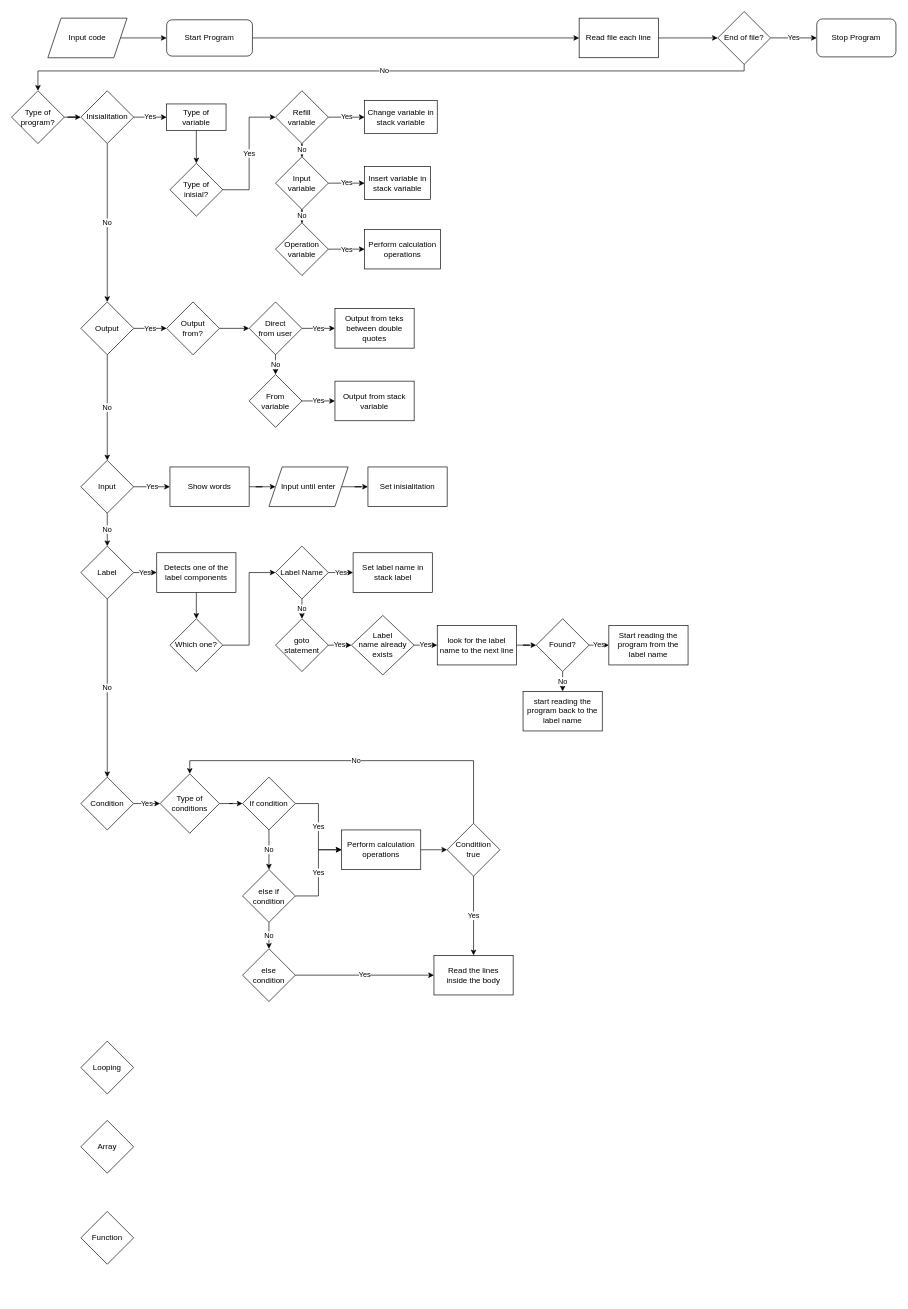
reeuze/Make-a-New-Language-Using-Python keeps this draw.io diagram as Flowchart.drawio. Above is the earlier version. Source tidied: cells renumbered, new cells numbered last; positions are measured from the earlier drawing's top-left corner, leaving out a move shared by most shapes. Both pictures are drawn from the tidied source at 66%, with x=0, y=0 at pixel (11, 11).
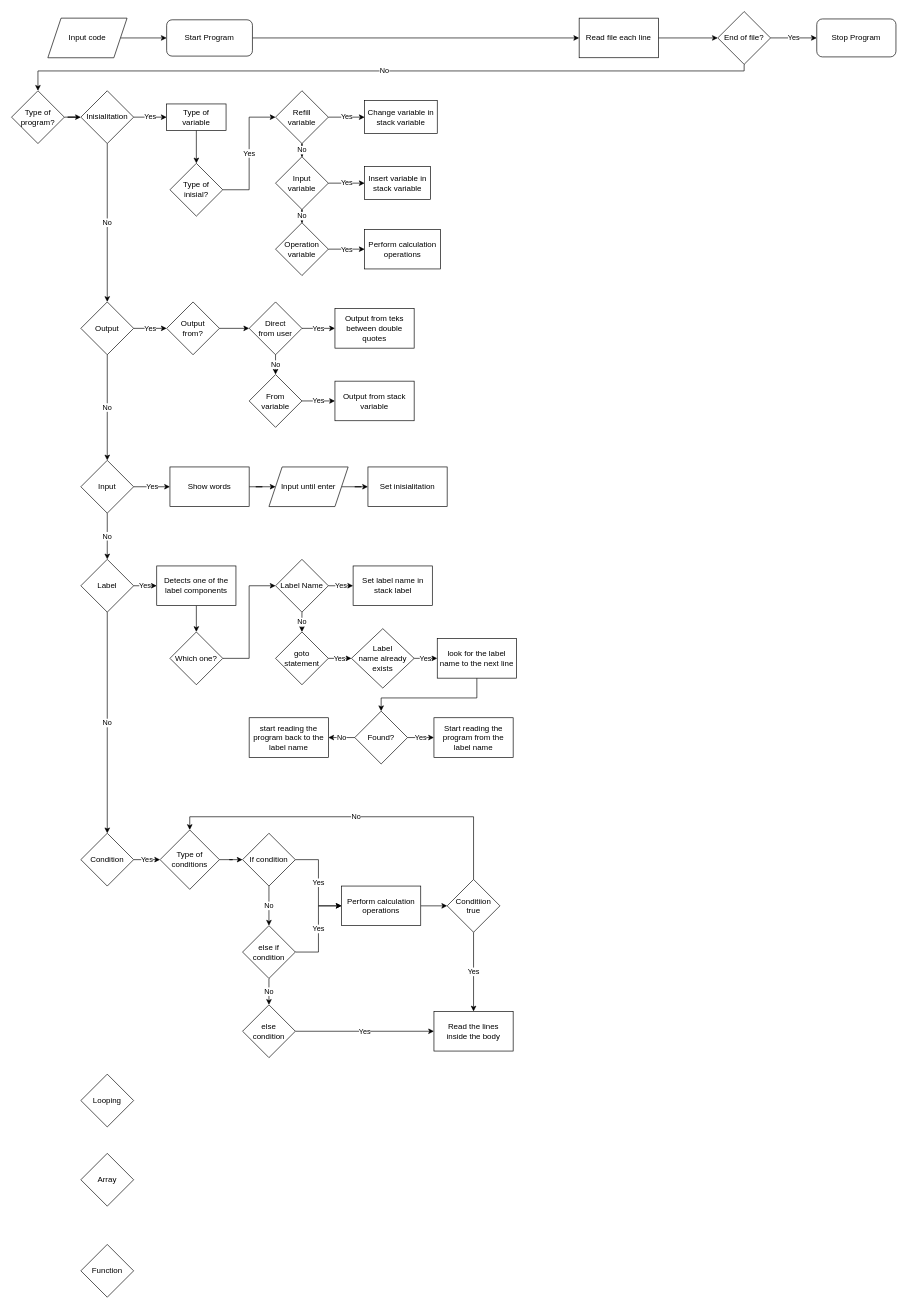
The same page after the edit.

What changed in the source:
```diff
@@
     <mxCell id="23" value="Label" style="rhombus;whiteSpace=wrap;html=1;" parent="1" vertex="1">
-      <mxGeometry x="105" y="810" width="80" height="80" as="geometry" />
+      <mxGeometry x="105" y="830" width="80" height="80" as="geometry" />
     </mxCell>
@@
     <mxCell id="25" value="Condition" style="rhombus;whiteSpace=wrap;html=1;" parent="1" vertex="1">
-      <mxGeometry x="105" y="1160" width="80" height="80" as="geometry" />
+      <mxGeometry x="105" y="1245" width="80" height="80" as="geometry" />
     </mxCell>
     <mxCell id="26" value="Looping" style="rhombus;whiteSpace=wrap;html=1;" parent="1" vertex="1">
-      <mxGeometry x="105" y="1560" width="80" height="80" as="geometry" />
+      <mxGeometry x="105" y="1610" width="80" height="80" as="geometry" />
     </mxCell>
     <mxCell id="27" value="Array" style="rhombus;whiteSpace=wrap;html=1;" parent="1" vertex="1">
-      <mxGeometry x="105" y="1680" width="80" height="80" as="geometry" />
+      <mxGeometry x="105" y="1730" width="80" height="80" as="geometry" />
     </mxCell>
     <mxCell id="28" value="Function" style="rhombus;whiteSpace=wrap;html=1;" parent="1" vertex="1">
-      <mxGeometry x="105" y="1818" width="80" height="80" as="geometry" />
+      <mxGeometry x="105" y="1868" width="80" height="80" as="geometry" />
     </mxCell>
@@
     <mxCell id="57" value="Which one?" style="rhombus;whiteSpace=wrap;html=1;" parent="1" vertex="1">
-      <mxGeometry x="240" y="920" width="80" height="80" as="geometry" />
+      <mxGeometry x="240" y="940" width="80" height="80" as="geometry" />
     </mxCell>
@@
     <mxCell id="59" value="Detects one of the label components" style="rounded=0;whiteSpace=wrap;html=1;" parent="1" vertex="1">
-      <mxGeometry x="220" y="820" width="120" height="60" as="geometry" />
+      <mxGeometry x="220" y="840" width="120" height="60" as="geometry" />
     </mxCell>
@@
     <mxCell id="62" value="Label Name" style="rhombus;whiteSpace=wrap;html=1;" parent="1" vertex="1">
-      <mxGeometry x="400" y="810" width="80" height="80" as="geometry" />
+      <mxGeometry x="400" y="830" width="80" height="80" as="geometry" />
     </mxCell>
@@
     <mxCell id="64" value="goto statement" style="rhombus;whiteSpace=wrap;html=1;" parent="1" vertex="1">
-      <mxGeometry x="400" y="920" width="80" height="80" as="geometry" />
+      <mxGeometry x="400" y="940" width="80" height="80" as="geometry" />
     </mxCell>
     <mxCell id="65" value="Set label name in stack label" style="rounded=0;whiteSpace=wrap;html=1;" parent="1" vertex="1">
-      <mxGeometry x="517.5" y="820" width="120" height="60" as="geometry" />
+      <mxGeometry x="517.5" y="840" width="120" height="60" as="geometry" />
     </mxCell>
@@
     <mxCell id="67" value="Label&lt;br&gt;name already&lt;br&gt;exists" style="rhombus;whiteSpace=wrap;html=1;" parent="1" vertex="1">
-      <mxGeometry x="515" y="915" width="95" height="90" as="geometry" />
+      <mxGeometry x="515" y="935" width="95" height="90" as="geometry" />
     </mxCell>
     <mxCell id="68" value="start reading the program back to the label name" style="rounded=0;whiteSpace=wrap;html=1;" parent="1" vertex="1">
-      <mxGeometry x="775" y="1030" width="120" height="60" as="geometry" />
+      <mxGeometry x="360" y="1070" width="120" height="60" as="geometry" />
     </mxCell>
-    <mxCell id="69" style="edgeStyle=orthogonalEdgeStyle;rounded=0;jettySize=auto;html=1;" parent="1" edge="1" source="70" target="73">
-      <mxGeometry relative="1" as="geometry" />
+    <mxCell id="69" style="edgeStyle=orthogonalEdgeStyle;rounded=0;jettySize=auto;html=1;entryX=0.5;entryY=0;entryDx=0;entryDy=0;" parent="1" edge="1" source="70" target="73">
+      <mxGeometry relative="1" as="geometry">
+        <Array as="points">
+          <mxPoint x="705" y="1040" />
+          <mxPoint x="560" y="1040" />
+        </Array>
+      </mxGeometry>
     </mxCell>
     <mxCell id="70" value="look for the label name to the next line" style="rounded=0;whiteSpace=wrap;html=1;" parent="1" vertex="1">
-      <mxGeometry x="645" y="930" width="120" height="60" as="geometry" />
+      <mxGeometry x="645" y="950" width="120" height="60" as="geometry" />
     </mxCell>
@@
     <mxCell id="73" value="Found?" style="rhombus;whiteSpace=wrap;html=1;" parent="1" vertex="1">
-      <mxGeometry x="795" y="920" width="80" height="80" as="geometry" />
+      <mxGeometry x="520" y="1060" width="80" height="80" as="geometry" />
     </mxCell>
     <mxCell id="74" value="Start reading the program from the label name" style="rounded=0;whiteSpace=wrap;html=1;" parent="1" vertex="1">
-      <mxGeometry x="905" y="930" width="120" height="60" as="geometry" />
+      <mxGeometry x="640" y="1070" width="120" height="60" as="geometry" />
     </mxCell>
@@
     <mxCell id="77" value="If condition" style="rhombus;whiteSpace=wrap;html=1;" parent="1" vertex="1">
-      <mxGeometry x="350" y="1160" width="80" height="80" as="geometry" />
+      <mxGeometry x="350" y="1245" width="80" height="80" as="geometry" />
     </mxCell>
@@
     <mxCell id="80" value="else if&lt;br&gt;condition" style="rhombus;whiteSpace=wrap;html=1;" parent="1" vertex="1">
-      <mxGeometry x="350" y="1300" width="80" height="80" as="geometry" />
+      <mxGeometry x="350" y="1385" width="80" height="80" as="geometry" />
     </mxCell>
@@
     <mxCell id="82" value="else&lt;br&gt;condition" style="rhombus;whiteSpace=wrap;html=1;" parent="1" vertex="1">
-      <mxGeometry x="350" y="1420" width="80" height="80" as="geometry" />
+      <mxGeometry x="350" y="1505" width="80" height="80" as="geometry" />
     </mxCell>
@@
     <mxCell id="84" value="Type of&lt;br&gt;conditions" style="rhombus;whiteSpace=wrap;html=1;" parent="1" vertex="1">
-      <mxGeometry x="225" y="1155" width="90" height="90" as="geometry" />
+      <mxGeometry x="225" y="1240" width="90" height="90" as="geometry" />
     </mxCell>
@@
     <mxCell id="88" value="Perform calculation operations" style="rounded=0;whiteSpace=wrap;html=1;" parent="1" vertex="1">
-      <mxGeometry x="500" y="1240" width="120" height="60" as="geometry" />
+      <mxGeometry x="500" y="1325" width="120" height="60" as="geometry" />
     </mxCell>
@@
     <mxCell id="92" value="No" style="edgeStyle=orthogonalEdgeStyle;rounded=0;jettySize=auto;html=1;entryX=0.5;entryY=0;entryDx=0;entryDy=0;" parent="1" edge="1" source="93" target="84">
       <mxGeometry relative="1" as="geometry">
         <Array as="points">
-          <mxPoint x="700" y="1135" />
-          <mxPoint x="270" y="1135" />
+          <mxPoint x="700" y="1220" />
+          <mxPoint x="270" y="1220" />
         </Array>
       </mxGeometry>
     </mxCell>
     <mxCell id="93" value="Conditiion&lt;br&gt;true" style="rhombus;whiteSpace=wrap;html=1;" parent="1" vertex="1">
-      <mxGeometry x="660" y="1230" width="80" height="80" as="geometry" />
+      <mxGeometry x="660" y="1315" width="80" height="80" as="geometry" />
     </mxCell>
     <mxCell id="94" value="Read the lines&lt;br&gt;inside the body" style="rounded=0;whiteSpace=wrap;html=1;" parent="1" vertex="1">
-      <mxGeometry x="640" y="1430" width="120" height="60" as="geometry" />
+      <mxGeometry x="640" y="1515" width="120" height="60" as="geometry" />
     </mxCell>
```
